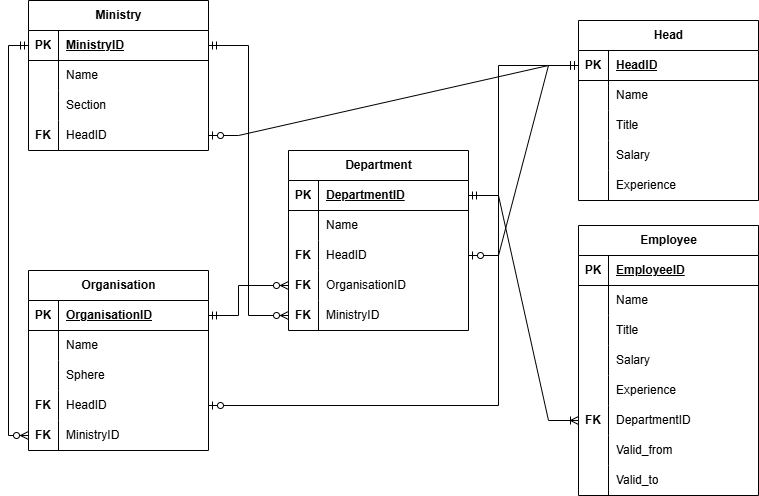
The draw.io diagram docs/logical_model.png in Tukk0/Government_Database, before a commit. Source tidied: cells renumbered, new cells last; positions are measured from the earlier drawing's top-left corner, leaving out a move shared by most shapes.
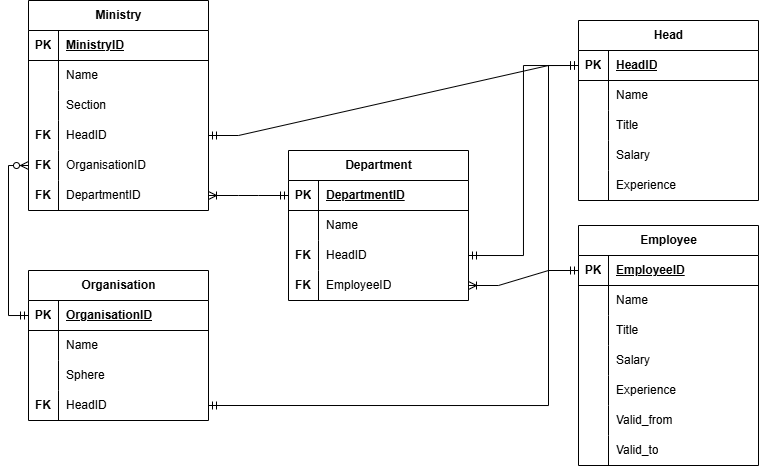
After the change.

Diff of the diagram source:
```diff
@@ -3,7 +3,7 @@
     <mxCell id="0" />
     <mxCell id="1" parent="0" />
     <mxCell id="2" value="Ministry" style="shape=table;startSize=30;rowLines=0;fontStyle=1;align=center;html=1;" parent="1" vertex="1">
-      <mxGeometry x="20" width="180" height="150" as="geometry" />
+      <mxGeometry x="20" width="180" height="210" as="geometry" />
     </mxCell>
     <mxCell id="3" style="shape=tableRow;horizontal=0;startSize=0;swimlaneHead=0;swimlaneBody=0;fillColor=none;points=[[0,0.5],[1,0.5]];portConstraint=eastwest;top=0;left=0;right=0;bottom=1;" parent="2" vertex="1">
       <mxGeometry y="30" width="180" height="30" as="geometry" />
@@ -41,6 +41,24 @@
     <mxCell id="14" value="HeadID" style="shape=partialRectangle;fillColor=none;top=0;left=0;bottom=0;right=0;align=left;spacingLeft=6;overflow=hidden;whiteSpace=wrap;html=1;" parent="12" vertex="1">
       <mxGeometry x="30" width="150" height="30" as="geometry" />
     </mxCell>
+    <mxCell id="95" style="shape=tableRow;horizontal=0;startSize=0;swimlaneHead=0;swimlaneBody=0;fillColor=none;points=[[0,0.5],[1,0.5]];portConstraint=eastwest;top=0;left=0;right=0;bottom=0;" parent="2" vertex="1">
+      <mxGeometry y="150" width="180" height="30" as="geometry" />
+    </mxCell>
+    <mxCell id="96" value="&lt;b&gt;FK&lt;/b&gt;" style="shape=partialRectangle;fillColor=none;top=0;left=0;bottom=0;right=0;overflow=hidden;whiteSpace=wrap;html=1;" parent="95" vertex="1">
+      <mxGeometry width="30" height="30" as="geometry" />
+    </mxCell>
+    <mxCell id="59" value="OrganisationID" style="shape=partialRectangle;fillColor=none;top=0;left=0;bottom=0;right=0;align=left;spacingLeft=6;overflow=hidden;whiteSpace=wrap;html=1;" parent="95" vertex="1">
+      <mxGeometry x="30" width="150" height="30" as="geometry" />
+    </mxCell>
+    <mxCell id="97" style="shape=tableRow;horizontal=0;startSize=0;swimlaneHead=0;swimlaneBody=0;fillColor=none;points=[[0,0.5],[1,0.5]];portConstraint=eastwest;top=0;left=0;right=0;bottom=0;" parent="2" vertex="1">
+      <mxGeometry y="180" width="180" height="30" as="geometry" />
+    </mxCell>
+    <mxCell id="98" value="&lt;b&gt;FK&lt;/b&gt;" style="shape=partialRectangle;fillColor=none;top=0;left=0;bottom=0;right=0;overflow=hidden;whiteSpace=wrap;html=1;" parent="97" vertex="1">
+      <mxGeometry width="30" height="30" as="geometry" />
+    </mxCell>
+    <mxCell id="99" value="DepartmentID" style="shape=partialRectangle;fillColor=none;top=0;left=0;bottom=0;right=0;align=left;spacingLeft=6;overflow=hidden;whiteSpace=wrap;html=1;" parent="97" vertex="1">
+      <mxGeometry x="30" width="150" height="30" as="geometry" />
+    </mxCell>
     <mxCell id="15" value="Head" style="shape=table;startSize=30;rowLines=0;fontStyle=1;align=center;html=1;" parent="1" vertex="1">
       <mxGeometry x="570" y="20" width="180" height="180" as="geometry" />
     </mxCell>
@@ -89,8 +107,11 @@
     <mxCell id="30" value="Experience" style="shape=partialRectangle;fillColor=none;top=0;left=0;bottom=0;right=0;align=left;spacingLeft=6;overflow=hidden;whiteSpace=wrap;html=1;" parent="28" vertex="1">
       <mxGeometry x="30" width="150" height="30" as="geometry" />
     </mxCell>
+    <mxCell id="100" style="edgeStyle=entityRelationEdgeStyle;fontSize=12;html=1;endArrow=ERmandOne;startArrow=ERmandOne;rounded=0;exitX=1;exitY=0.5;exitDx=0;exitDy=0;entryX=0;entryY=0.5;entryDx=0;entryDy=0;" parent="1" edge="1" source="12" target="16">
+      <mxGeometry relative="1" as="geometry" />
+    </mxCell>
     <mxCell id="31" value="Organisation" style="shape=table;startSize=30;rowLines=0;fontStyle=1;align=center;html=1;" parent="1" vertex="1">
-      <mxGeometry x="20" y="270" width="180" height="180" as="geometry" />
+      <mxGeometry x="20" y="270" width="180" height="150" as="geometry" />
     </mxCell>
     <mxCell id="32" style="shape=tableRow;horizontal=0;startSize=0;swimlaneHead=0;swimlaneBody=0;fillColor=none;points=[[0,0.5],[1,0.5]];portConstraint=eastwest;top=0;left=0;right=0;bottom=1;" parent="31" vertex="1">
       <mxGeometry y="30" width="180" height="30" as="geometry" />
@@ -128,17 +149,24 @@
     <mxCell id="43" value="HeadID" style="shape=partialRectangle;fillColor=none;top=0;left=0;bottom=0;right=0;align=left;spacingLeft=6;overflow=hidden;whiteSpace=wrap;html=1;" parent="41" vertex="1">
       <mxGeometry x="30" width="150" height="30" as="geometry" />
     </mxCell>
-    <mxCell id="44" style="shape=tableRow;horizontal=0;startSize=0;swimlaneHead=0;swimlaneBody=0;fillColor=none;points=[[0,0.5],[1,0.5]];portConstraint=eastwest;top=0;left=0;right=0;bottom=0;" parent="31" vertex="1">
-      <mxGeometry y="150" width="180" height="30" as="geometry" />
-    </mxCell>
-    <mxCell id="45" value="&lt;b&gt;FK&lt;/b&gt;" style="shape=partialRectangle;fillColor=none;top=0;left=0;bottom=0;right=0;overflow=hidden;whiteSpace=wrap;html=1;" parent="44" vertex="1">
-      <mxGeometry width="30" height="30" as="geometry" />
-    </mxCell>
-    <mxCell id="46" value="MinistryID" style="shape=partialRectangle;fillColor=none;top=0;left=0;bottom=0;right=0;align=left;spacingLeft=6;overflow=hidden;whiteSpace=wrap;html=1;" parent="44" vertex="1">
-      <mxGeometry x="30" width="150" height="30" as="geometry" />
-    </mxCell>
+    <mxCell id="101" style="edgeStyle=orthogonalEdgeStyle;fontSize=12;html=1;endArrow=ERmandOne;startArrow=ERmandOne;rounded=0;exitX=1;exitY=0.5;exitDx=0;exitDy=0;entryX=0;entryY=0.5;entryDx=0;entryDy=0;" parent="1" edge="1" source="41" target="16">
+      <mxGeometry relative="1" as="geometry">
+        <Array as="points">
+          <mxPoint x="540" y="405" />
+          <mxPoint x="540" y="65" />
+        </Array>
+      </mxGeometry>
+    </mxCell>
+    <mxCell id="91" style="edgeStyle=orthogonalEdgeStyle;fontSize=12;html=1;endArrow=ERzeroToMany;startArrow=ERmandOne;rounded=0;entryX=0;entryY=0.5;entryDx=0;entryDy=0;exitX=0;exitY=0.5;exitDx=0;exitDy=0;" parent="1" edge="1" source="32" target="95">
+      <mxGeometry relative="1" as="geometry">
+        <Array as="points">
+          <mxPoint y="315" />
+          <mxPoint y="165" />
+        </Array>
+      </mxGeometry>
+    </mxCell>
     <mxCell id="47" value="Department" style="shape=table;startSize=30;rowLines=0;fontStyle=1;align=center;html=1;" parent="1" vertex="1">
-      <mxGeometry x="280" y="150" width="180" height="180" as="geometry" />
+      <mxGeometry x="280" y="150" width="180" height="150" as="geometry" />
     </mxCell>
     <mxCell id="48" style="shape=tableRow;horizontal=0;startSize=0;swimlaneHead=0;swimlaneBody=0;fillColor=none;points=[[0,0.5],[1,0.5]];portConstraint=eastwest;top=0;left=0;right=0;bottom=1;" parent="47" vertex="1">
       <mxGeometry y="30" width="180" height="30" as="geometry" />
@@ -170,23 +198,20 @@
     <mxCell id="57" style="shape=tableRow;horizontal=0;startSize=0;swimlaneHead=0;swimlaneBody=0;fillColor=none;points=[[0,0.5],[1,0.5]];portConstraint=eastwest;top=0;left=0;right=0;bottom=0;" parent="47" vertex="1">
       <mxGeometry y="120" width="180" height="30" as="geometry" />
     </mxCell>
-    <mxCell id="58" value="&lt;b&gt;FK&lt;/b&gt;" style="shape=partialRectangle;fillColor=none;top=0;left=0;bottom=0;right=0;overflow=hidden;whiteSpace=wrap;html=1;" parent="57" vertex="1">
-      <mxGeometry width="30" height="30" as="geometry" />
-    </mxCell>
-    <mxCell id="59" value="OrganisationID" style="shape=partialRectangle;fillColor=none;top=0;left=0;bottom=0;right=0;align=left;spacingLeft=6;overflow=hidden;whiteSpace=wrap;html=1;" parent="57" vertex="1">
-      <mxGeometry x="30" width="150" height="30" as="geometry" />
-    </mxCell>
-    <mxCell id="60" style="shape=tableRow;horizontal=0;startSize=0;swimlaneHead=0;swimlaneBody=0;fillColor=none;points=[[0,0.5],[1,0.5]];portConstraint=eastwest;top=0;left=0;right=0;bottom=0;" parent="47" vertex="1">
-      <mxGeometry y="150" width="180" height="30" as="geometry" />
-    </mxCell>
-    <mxCell id="61" value="&lt;b&gt;FK&lt;/b&gt;" style="shape=partialRectangle;fillColor=none;top=0;left=0;bottom=0;right=0;overflow=hidden;whiteSpace=wrap;html=1;" parent="60" vertex="1">
-      <mxGeometry width="30" height="30" as="geometry" />
-    </mxCell>
-    <mxCell id="62" value="MinistryID" style="shape=partialRectangle;fillColor=none;top=0;left=0;bottom=0;right=0;align=left;spacingLeft=6;overflow=hidden;whiteSpace=wrap;html=1;" parent="60" vertex="1">
-      <mxGeometry x="30" width="150" height="30" as="geometry" />
-    </mxCell>
+    <mxCell id="102" value="&lt;b&gt;FK&lt;/b&gt;" style="shape=partialRectangle;fillColor=none;top=0;left=0;bottom=0;right=0;overflow=hidden;whiteSpace=wrap;html=1;" parent="57" vertex="1">
+      <mxGeometry width="30" height="30" as="geometry" />
+    </mxCell>
+    <mxCell id="103" value="EmployeeID" style="shape=partialRectangle;fillColor=none;top=0;left=0;bottom=0;right=0;align=left;spacingLeft=6;overflow=hidden;whiteSpace=wrap;html=1;" parent="57" vertex="1">
+      <mxGeometry x="30" width="150" height="30" as="geometry" />
+    </mxCell>
+    <mxCell id="104" style="edgeStyle=entityRelationEdgeStyle;fontSize=12;html=1;endArrow=ERoneToMany;startArrow=ERmandOne;rounded=0;exitX=0;exitY=0.5;exitDx=0;exitDy=0;" parent="1" edge="1" source="48" target="97">
+      <mxGeometry relative="1" as="geometry" />
+    </mxCell>
+    <mxCell id="105" style="edgeStyle=orthogonalEdgeStyle;fontSize=12;html=1;endArrow=ERmandOne;startArrow=ERmandOne;rounded=0;exitX=1;exitY=0.5;exitDx=0;exitDy=0;entryX=0;entryY=0.5;entryDx=0;entryDy=0;" parent="1" edge="1" source="54" target="16">
+      <mxGeometry relative="1" as="geometry" />
+    </mxCell>
     <mxCell id="63" value="Employee" style="shape=table;startSize=30;rowLines=0;fontStyle=1;align=center;html=1;" parent="1" vertex="1">
-      <mxGeometry x="570" y="225" width="180" height="270" as="geometry" />
+      <mxGeometry x="570" y="225" width="180" height="240" as="geometry" />
     </mxCell>
     <mxCell id="64" style="shape=tableRow;horizontal=0;startSize=0;swimlaneHead=0;swimlaneBody=0;fillColor=none;points=[[0,0.5],[1,0.5]];portConstraint=eastwest;top=0;left=0;right=0;bottom=1;" parent="63" vertex="1">
       <mxGeometry y="30" width="180" height="30" as="geometry" />
@@ -236,10 +261,10 @@
     <mxCell id="79" style="shape=tableRow;horizontal=0;startSize=0;swimlaneHead=0;swimlaneBody=0;fillColor=none;points=[[0,0.5],[1,0.5]];portConstraint=eastwest;top=0;left=0;right=0;bottom=0;" parent="63" vertex="1">
       <mxGeometry y="180" width="180" height="30" as="geometry" />
     </mxCell>
-    <mxCell id="80" value="&lt;b&gt;FK&lt;/b&gt;" style="shape=partialRectangle;fillColor=none;top=0;left=0;bottom=0;right=0;overflow=hidden;whiteSpace=wrap;html=1;" parent="79" vertex="1">
+    <mxCell id="80" style="shape=partialRectangle;fillColor=none;top=0;left=0;bottom=0;right=0;overflow=hidden;whiteSpace=wrap;html=1;" parent="79" vertex="1">
       <mxGeometry width="30" height="30" as="geometry" />
     </mxCell>
-    <mxCell id="81" value="DepartmentID" style="shape=partialRectangle;fillColor=none;top=0;left=0;bottom=0;right=0;align=left;spacingLeft=6;overflow=hidden;whiteSpace=wrap;html=1;" parent="79" vertex="1">
+    <mxCell id="81" value="Valid_from" style="shape=partialRectangle;fillColor=none;top=0;left=0;bottom=0;right=0;align=left;spacingLeft=6;overflow=hidden;whiteSpace=wrap;html=1;" parent="79" vertex="1">
       <mxGeometry x="30" width="150" height="30" as="geometry" />
     </mxCell>
     <mxCell id="82" style="shape=tableRow;horizontal=0;startSize=0;swimlaneHead=0;swimlaneBody=0;fillColor=none;top=0;left=0;right=0;bottom=0;" parent="63" vertex="1">
@@ -248,53 +273,11 @@
     <mxCell id="83" style="shape=partialRectangle;fillColor=none;top=0;left=0;bottom=0;right=0;overflow=hidden;whiteSpace=wrap;html=1;" parent="82" vertex="1">
       <mxGeometry width="30" height="30" as="geometry" />
     </mxCell>
-    <mxCell id="84" value="Valid_from" style="shape=partialRectangle;fillColor=none;top=0;left=0;bottom=0;right=0;align=left;spacingLeft=6;overflow=hidden;whiteSpace=wrap;html=1;" parent="82" vertex="1">
+    <mxCell id="84" value="Valid_to" style="shape=partialRectangle;fillColor=none;top=0;left=0;bottom=0;right=0;align=left;spacingLeft=6;overflow=hidden;whiteSpace=wrap;html=1;" parent="82" vertex="1">
       <mxGeometry x="30" width="150" height="30" as="geometry" />
     </mxCell>
-    <mxCell id="85" style="shape=tableRow;horizontal=0;startSize=0;swimlaneHead=0;swimlaneBody=0;fillColor=none;top=0;left=0;right=0;bottom=0;" parent="63" vertex="1">
-      <mxGeometry y="240" width="180" height="30" as="geometry" />
-    </mxCell>
-    <mxCell id="86" style="shape=partialRectangle;fillColor=none;top=0;left=0;bottom=0;right=0;overflow=hidden;whiteSpace=wrap;html=1;" parent="85" vertex="1">
-      <mxGeometry width="30" height="30" as="geometry" />
-    </mxCell>
-    <mxCell id="87" value="Valid_to" style="shape=partialRectangle;fillColor=none;top=0;left=0;bottom=0;right=0;align=left;spacingLeft=6;overflow=hidden;whiteSpace=wrap;html=1;" parent="85" vertex="1">
-      <mxGeometry x="30" width="150" height="30" as="geometry" />
-    </mxCell>
-    <mxCell id="88" style="edgeStyle=entityRelationEdgeStyle;fontSize=12;html=1;endArrow=ERoneToMany;startArrow=ERmandOne;rounded=0;exitX=1;exitY=0.5;exitDx=0;exitDy=0;entryX=0;entryY=0.5;entryDx=0;entryDy=0;" parent="1" edge="1" source="48" target="79">
+    <mxCell id="88" style="edgeStyle=entityRelationEdgeStyle;fontSize=12;html=1;endArrow=ERoneToMany;startArrow=ERmandOne;rounded=0;exitX=0;exitY=0.5;exitDx=0;exitDy=0;entryX=1;entryY=0.5;entryDx=0;entryDy=0;" parent="1" edge="1" source="64" target="57">
       <mxGeometry relative="1" as="geometry" />
     </mxCell>
-    <mxCell id="89" style="edgeStyle=orthogonalEdgeStyle;fontSize=12;html=1;endArrow=ERzeroToMany;startArrow=ERmandOne;rounded=0;entryX=0;entryY=0.5;entryDx=0;entryDy=0;exitX=1;exitY=0.5;exitDx=0;exitDy=0;" parent="1" edge="1" source="3" target="60">
-      <mxGeometry relative="1" as="geometry" />
-    </mxCell>
-    <mxCell id="90" style="edgeStyle=orthogonalEdgeStyle;fontSize=12;html=1;endArrow=ERzeroToMany;startArrow=ERmandOne;rounded=0;entryX=0;entryY=0.5;entryDx=0;entryDy=0;exitX=1;exitY=0.5;exitDx=0;exitDy=0;" parent="1" edge="1" source="32" target="57">
-      <mxGeometry relative="1" as="geometry">
-        <Array as="points">
-          <mxPoint x="230" y="315" />
-          <mxPoint x="230" y="285" />
-        </Array>
-      </mxGeometry>
-    </mxCell>
-    <mxCell id="91" style="edgeStyle=orthogonalEdgeStyle;fontSize=12;html=1;endArrow=ERzeroToMany;startArrow=ERmandOne;rounded=0;exitX=0;exitY=0.5;exitDx=0;exitDy=0;entryX=0;entryY=0.5;entryDx=0;entryDy=0;" parent="1" edge="1" source="3" target="44">
-      <mxGeometry relative="1" as="geometry">
-        <Array as="points">
-          <mxPoint y="45" />
-          <mxPoint y="435" />
-        </Array>
-      </mxGeometry>
-    </mxCell>
-    <mxCell id="92" style="edgeStyle=entityRelationEdgeStyle;fontSize=12;html=1;endArrow=ERzeroToOne;startArrow=ERmandOne;rounded=0;exitX=0;exitY=0.5;exitDx=0;exitDy=0;entryX=1;entryY=0.5;entryDx=0;entryDy=0;" parent="1" edge="1" source="16" target="12">
-      <mxGeometry relative="1" as="geometry" />
-    </mxCell>
-    <mxCell id="93" style="edgeStyle=entityRelationEdgeStyle;fontSize=12;html=1;endArrow=ERzeroToOne;startArrow=ERmandOne;rounded=0;exitX=0;exitY=0.5;exitDx=0;exitDy=0;entryX=1;entryY=0.5;entryDx=0;entryDy=0;" parent="1" edge="1" source="16" target="54">
-      <mxGeometry relative="1" as="geometry" />
-    </mxCell>
-    <mxCell id="94" style="edgeStyle=orthogonalEdgeStyle;fontSize=12;html=1;endArrow=ERzeroToOne;startArrow=ERmandOne;rounded=0;exitX=0;exitY=0.5;exitDx=0;exitDy=0;entryX=1;entryY=0.5;entryDx=0;entryDy=0;" parent="1" edge="1" source="16" target="41">
-      <mxGeometry relative="1" as="geometry">
-        <Array as="points">
-          <mxPoint x="490" y="65" />
-          <mxPoint x="490" y="405" />
-        </Array>
-      </mxGeometry>
-    </mxCell>
   </root>
 </mxGraphModel>
```
